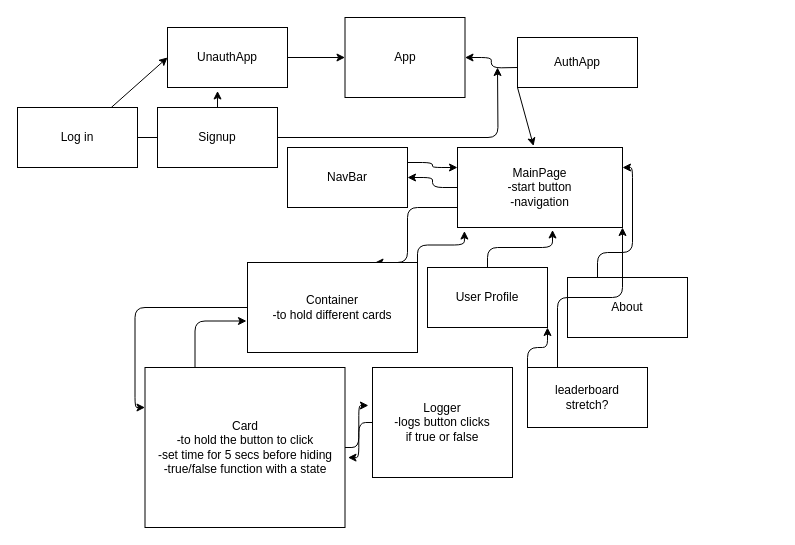
Before: ComponentFrame.dio in wthwang38/phase-5-capstone-aimassist, a draw.io diagram. Source tidied: cells renumbered, new cells numbered last; positions are measured from the earlier drawing's top-left corner, leaving out a move shared by most shapes. Both pictures are drawn from the tidied source at 100%, with x=0, y=0 at pixel (17, 17).
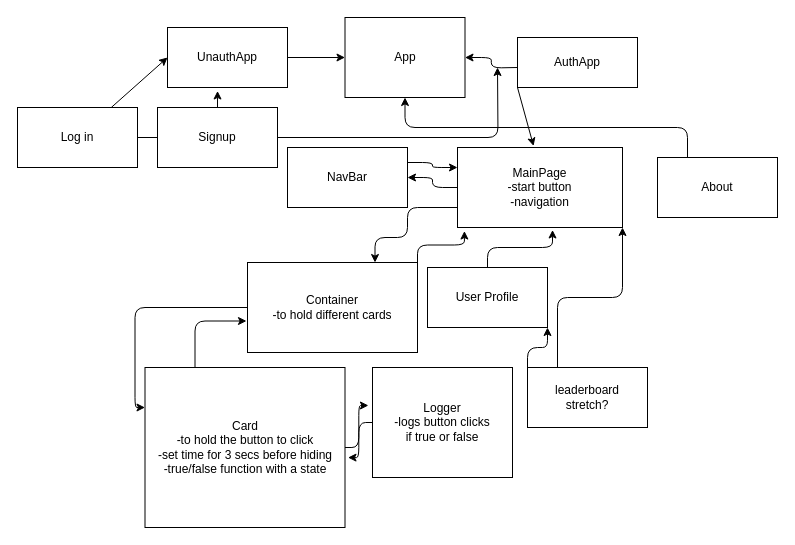
Above is the later version.

The change refers to these unchanged cells:
```xml
<mxCell id="4" value="MainPage&lt;br&gt;-start button&lt;br&gt;-navigation&lt;br&gt;" style="rounded=0;whiteSpace=wrap;html=1;" parent="1" vertex="1">
  <mxGeometry x="440" y="130" width="165" height="80" as="geometry" />
</mxCell>
<mxCell id="7" value="Container&lt;br&gt;-to hold different cards" style="rounded=0;whiteSpace=wrap;html=1;" parent="1" vertex="1">
  <mxGeometry x="230" y="245" width="170" height="90" as="geometry" />
</mxCell>
<mxCell id="22" value="App&lt;br&gt;" style="rounded=0;whiteSpace=wrap;html=1;" parent="1" vertex="1">
  <mxGeometry x="327.5" width="120" height="80" as="geometry" />
</mxCell>
```

What changed in the source:
```diff
@@
     <mxCell id="2" style="edgeStyle=orthogonalEdgeStyle;html=1;exitX=0;exitY=0.75;exitDx=0;exitDy=0;entryX=0.75;entryY=0;entryDx=0;entryDy=0;" parent="1" edge="1" source="4" target="7">
       <mxGeometry relative="1" as="geometry">
         <Array as="points">
           <mxPoint x="390" y="190" />
-          <mxPoint x="390" y="245" />
+          <mxPoint x="390" y="220" />
+          <mxPoint x="358" y="220" />
         </Array>
       </mxGeometry>
     </mxCell>
@@
-    <mxCell id="10" value="Card&lt;br&gt;-to hold the button to click&lt;br&gt;-set time for 5 secs before hiding&lt;br&gt;-true/false function with a state&lt;br&gt;" style="rounded=0;whiteSpace=wrap;html=1;" parent="1" vertex="1">
+    <mxCell id="10" value="Card&lt;br&gt;-to hold the button to click&lt;br&gt;-set time for 3 secs before hiding&lt;br&gt;-true/false function with a state" style="rounded=0;whiteSpace=wrap;html=1;" parent="1" vertex="1">
       <mxGeometry x="127.5" y="350" width="200" height="160" as="geometry" />
     </mxCell>
@@
-    <mxCell id="15" style="edgeStyle=orthogonalEdgeStyle;html=1;exitX=0.25;exitY=0;exitDx=0;exitDy=0;entryX=1;entryY=0.25;entryDx=0;entryDy=0;" parent="1" edge="1" source="16" target="4">
+    <mxCell id="15" style="edgeStyle=orthogonalEdgeStyle;html=1;exitX=0.25;exitY=0;exitDx=0;exitDy=0;" parent="1" edge="1" source="16" target="22">
       <mxGeometry relative="1" as="geometry" />
     </mxCell>
     <mxCell id="16" value="About" style="rounded=0;whiteSpace=wrap;html=1;" parent="1" vertex="1">
-      <mxGeometry x="550" y="260" width="120" height="60" as="geometry" />
+      <mxGeometry x="640" y="140" width="120" height="60" as="geometry" />
     </mxCell>
```
